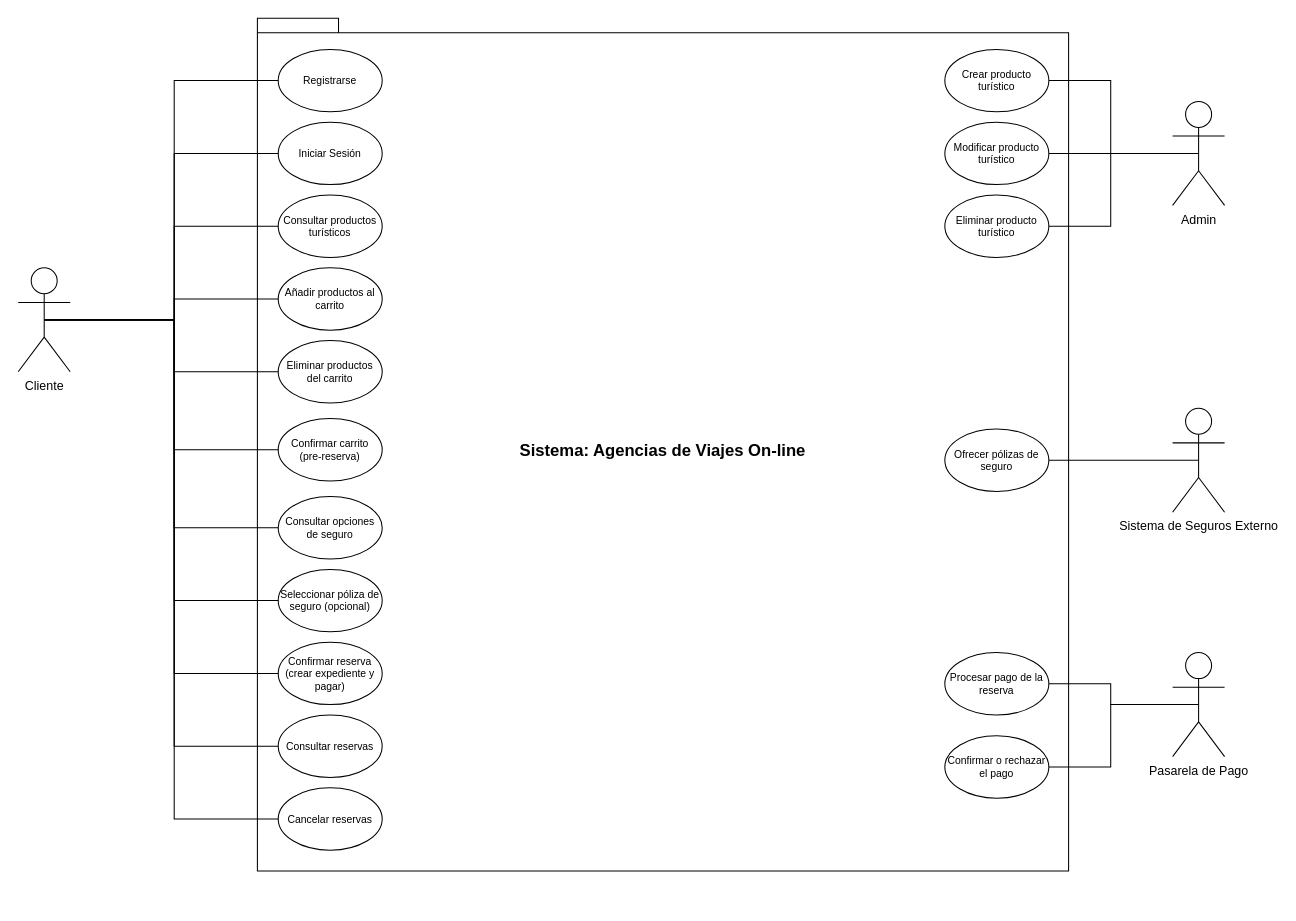
JavierIbarra25/Diseno-Orientado-a-Objetos keeps this draw.io diagram as Diagrama.CasoDeUso.drawio. Above is the earlier version. Source tidied: cells renumbered, new cells numbered last; positions are measured from the earlier drawing's top-left corner, leaving out a move shared by most shapes. Both pictures are drawn from the tidied source at 104%, with x=0, y=0 at pixel (18, 18).
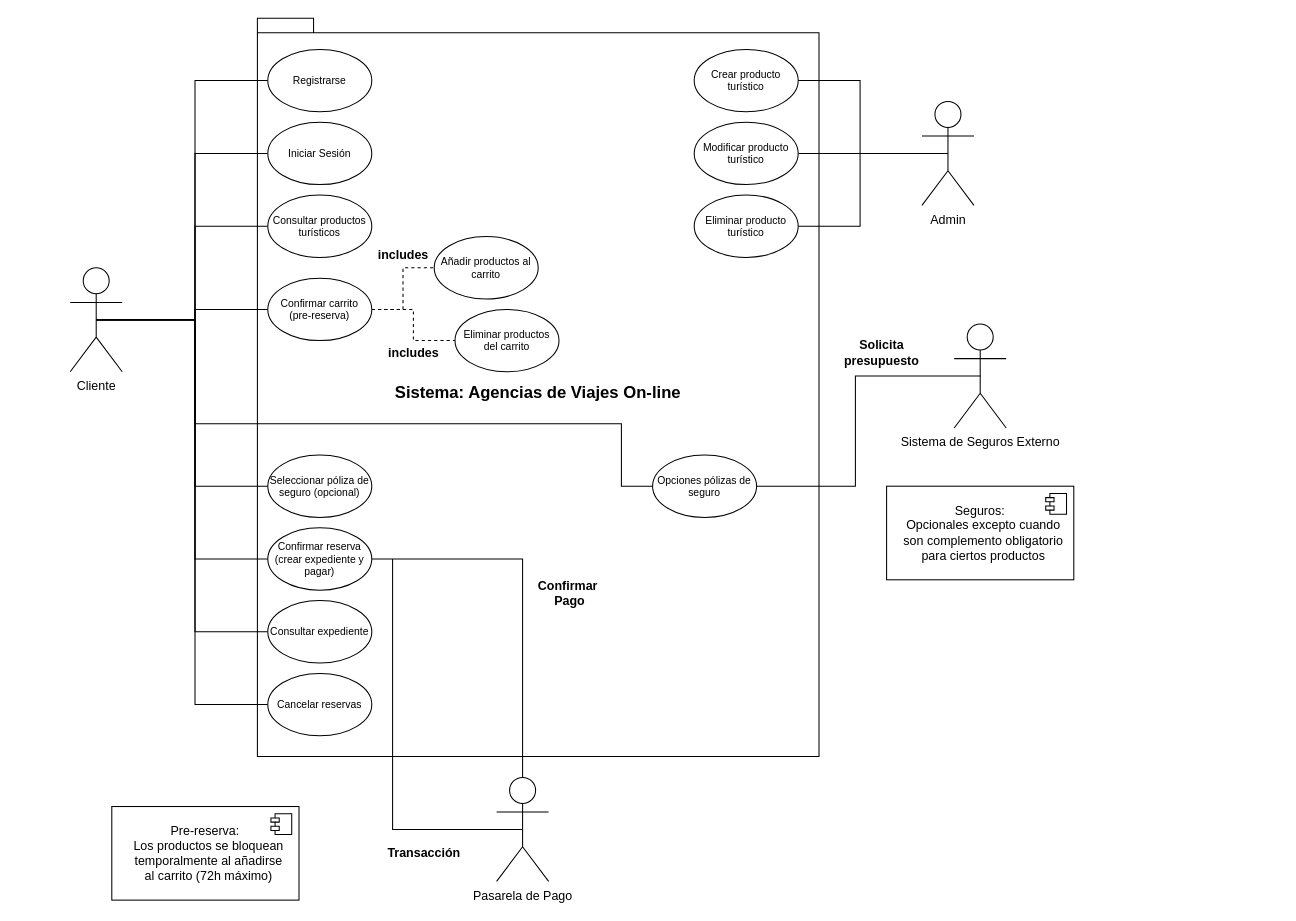
After the change.

Diff of the diagram source:
```diff
@@
     <mxCell id="2" value="&lt;font style=&quot;font-size: 16px;&quot;&gt;Sistema: Agencias de Viajes On-line&lt;/font&gt;" style="shape=folder;fontStyle=1;spacingTop=10;tabWidth=40;tabHeight=14;tabPosition=left;html=1;whiteSpace=wrap;" parent="1" vertex="1">
-      <mxGeometry x="230" width="780" height="820" as="geometry" />
+      <mxGeometry x="230" width="540" height="710" as="geometry" />
     </mxCell>
     <mxCell id="3" value="Cliente" style="shape=umlActor;verticalLabelPosition=bottom;verticalAlign=top;html=1;" parent="1" vertex="1">
-      <mxGeometry y="240" width="50" height="100" as="geometry" />
+      <mxGeometry x="50" y="240" width="50" height="100" as="geometry" />
     </mxCell>
@@
-    <mxCell id="5" style="group;" parent="1" vertex="1">
-      <mxGeometry x="250" y="30" width="100" height="770" as="geometry" />
-    </mxCell>
-    <mxCell id="6" value="Registrarse" style="ellipse;whiteSpace=wrap;html=1;fontSize=10;" parent="5" vertex="1">
-      <mxGeometry width="100" height="60" as="geometry" />
-    </mxCell>
-    <mxCell id="7" value="Confirmar reserva (crear expediente y pagar)" style="ellipse;whiteSpace=wrap;html=1;fontSize=10;" parent="5" vertex="1">
-      <mxGeometry y="570" width="100" height="60" as="geometry" />
-    </mxCell>
-    <mxCell id="8" value="Seleccionar póliza de seguro (opcional)" style="ellipse;whiteSpace=wrap;html=1;fontSize=10;" parent="5" vertex="1">
-      <mxGeometry y="500" width="100" height="60" as="geometry" />
-    </mxCell>
-    <mxCell id="9" value="Consultar opciones de seguro" style="ellipse;whiteSpace=wrap;html=1;fontSize=10;" parent="5" vertex="1">
-      <mxGeometry y="430" width="100" height="60" as="geometry" />
-    </mxCell>
-    <mxCell id="10" value="Confirmar carrito (pre-reserva)" style="ellipse;whiteSpace=wrap;html=1;fontSize=10;" parent="5" vertex="1">
-      <mxGeometry y="355" width="100" height="60" as="geometry" />
-    </mxCell>
-    <mxCell id="11" value="Eliminar productos del carrito" style="ellipse;whiteSpace=wrap;html=1;fontSize=10;" parent="5" vertex="1">
-      <mxGeometry y="280" width="100" height="60" as="geometry" />
-    </mxCell>
-    <mxCell id="12" value="Añadir productos al carrito" style="ellipse;whiteSpace=wrap;html=1;fontSize=10;" parent="5" vertex="1">
-      <mxGeometry y="210" width="100" height="60" as="geometry" />
-    </mxCell>
-    <mxCell id="13" value="Consultar productos turísticos" style="ellipse;whiteSpace=wrap;html=1;fontSize=10;" parent="5" vertex="1">
-      <mxGeometry y="140" width="100" height="60" as="geometry" />
-    </mxCell>
-    <mxCell id="14" value="Iniciar Sesión" style="ellipse;whiteSpace=wrap;html=1;fontSize=10;" parent="5" vertex="1">
-      <mxGeometry y="70" width="100" height="60" as="geometry" />
-    </mxCell>
-    <mxCell id="15" value="Consultar reservas" style="ellipse;whiteSpace=wrap;html=1;fontSize=10;" parent="5" vertex="1">
-      <mxGeometry y="640" width="100" height="60" as="geometry" />
-    </mxCell>
-    <mxCell id="16" value="Cancelar reservas" style="ellipse;whiteSpace=wrap;html=1;fontSize=10;" parent="5" vertex="1">
-      <mxGeometry y="710" width="100" height="60" as="geometry" />
-    </mxCell>
@@
-    <mxCell id="21" style="endArrow=none;html=1;edgeStyle=orthogonalEdgeStyle;rounded=0;exitX=0.5;exitY=0.5;exitDx=0;exitDy=0;exitPerimeter=0;entryX=0;entryY=0.5;entryDx=0;entryDy=0;" parent="1" edge="1" source="3" target="9">
-      <mxGeometry relative="1" as="geometry" />
-    </mxCell>
@@
-    <mxCell id="23" style="endArrow=none;html=1;edgeStyle=orthogonalEdgeStyle;rounded=0;exitX=0.5;exitY=0.5;exitDx=0;exitDy=0;exitPerimeter=0;entryX=0;entryY=0.5;entryDx=0;entryDy=0;" parent="1" edge="1" source="3" target="11">
+    <mxCell id="23" style="endArrow=none;html=1;edgeStyle=orthogonalEdgeStyle;rounded=0;exitX=1;exitY=0.5;exitDx=0;exitDy=0;entryX=0;entryY=0.5;entryDx=0;entryDy=0;dashed=1;" parent="1" edge="1" source="10" target="11">
       <mxGeometry relative="1" as="geometry" />
     </mxCell>
-    <mxCell id="24" style="endArrow=none;html=1;edgeStyle=orthogonalEdgeStyle;rounded=0;exitX=0.5;exitY=0.5;exitDx=0;exitDy=0;exitPerimeter=0;entryX=0;entryY=0.5;entryDx=0;entryDy=0;" parent="1" edge="1" source="3" target="12">
+    <mxCell id="24" style="endArrow=none;html=1;edgeStyle=orthogonalEdgeStyle;rounded=0;entryX=0;entryY=0.5;entryDx=0;entryDy=0;exitX=1;exitY=0.5;exitDx=0;exitDy=0;dashed=1;" parent="1" edge="1" source="10" target="12">
       <mxGeometry relative="1" as="geometry" />
     </mxCell>
@@
     <mxCell id="27" value="Admin" style="shape=umlActor;verticalLabelPosition=bottom;verticalAlign=top;html=1;" parent="1" vertex="1">
-      <mxGeometry x="1110" y="80" width="50" height="100" as="geometry" />
+      <mxGeometry x="869" y="80" width="50" height="100" as="geometry" />
     </mxCell>
@@
     <mxCell id="31" style="group;" parent="1" vertex="1">
-      <mxGeometry x="891" y="30" width="100" height="200" as="geometry" />
+      <mxGeometry x="650" y="30" width="100" height="200" as="geometry" />
     </mxCell>
@@
-    <mxCell id="35" style="edgeStyle=orthogonalEdgeStyle;rounded=0;jettySize=auto;html=1;exitX=0.5;exitY=0.5;exitDx=0;exitDy=0;exitPerimeter=0;entryX=1;entryY=0.5;entryDx=0;entryDy=0;endArrow=none;startFill=0;" parent="1" edge="1" source="36" target="40">
-      <mxGeometry relative="1" as="geometry" />
-    </mxCell>
     <mxCell id="36" value="Pasarela de Pago" style="shape=umlActor;verticalLabelPosition=bottom;verticalAlign=top;html=1;" parent="1" vertex="1">
-      <mxGeometry x="1110" y="610" width="50" height="100" as="geometry" />
+      <mxGeometry x="460" y="730" width="50" height="100" as="geometry" />
     </mxCell>
@@
     <mxCell id="38" value="Sistema de Seguros Externo" style="shape=umlActor;verticalLabelPosition=bottom;verticalAlign=top;html=1;" parent="1" vertex="1">
-      <mxGeometry x="1110" y="375" width="50" height="100" as="geometry" />
+      <mxGeometry x="900" y="294" width="50" height="100" as="geometry" />
     </mxCell>
-    <mxCell id="39" value="Ofrecer pólizas de seguro" style="ellipse;whiteSpace=wrap;html=1;fontSize=10;" parent="1" vertex="1">
-      <mxGeometry x="891" y="395" width="100" height="60" as="geometry" />
+    <mxCell id="39" value="Opciones pólizas de seguro" style="ellipse;whiteSpace=wrap;html=1;fontSize=10;" parent="1" vertex="1">
+      <mxGeometry x="610" y="420" width="100" height="60" as="geometry" />
     </mxCell>
-    <mxCell id="40" value="Confirmar o rechazar el pago" style="ellipse;whiteSpace=wrap;html=1;fontSize=10;" parent="1" vertex="1">
-      <mxGeometry x="891" y="690" width="100" height="60" as="geometry" />
-    </mxCell>
-    <mxCell id="41" value="Procesar pago de la reserva" style="ellipse;whiteSpace=wrap;html=1;fontSize=10;" parent="1" vertex="1">
-      <mxGeometry x="891" y="610" width="100" height="60" as="geometry" />
-    </mxCell>
-    <mxCell id="42" style="edgeStyle=orthogonalEdgeStyle;rounded=0;jettySize=auto;html=1;exitX=0.5;exitY=0.5;exitDx=0;exitDy=0;exitPerimeter=0;entryX=1;entryY=0.5;entryDx=0;entryDy=0;endArrow=none;startFill=0;" parent="1" edge="1" source="36" target="41">
-      <mxGeometry relative="1" as="geometry" />
-    </mxCell>
+    <mxCell id="43" style="endArrow=none;endFill=1;endSize=12;html=1;rounded=0;exitX=1;exitY=0.5;exitDx=0;exitDy=0;entryX=0.5;entryY=0;entryDx=0;entryDy=0;entryPerimeter=0;startFill=0;" parent="1" edge="1" source="7" target="36">
+      <mxGeometry relative="1" as="geometry">
+        <Array as="points">
+          <mxPoint x="485" y="520" />
+        </Array>
+      </mxGeometry>
+    </mxCell>
+    <mxCell id="44" style="endArrow=none;endFill=1;endSize=12;html=1;rounded=0;startFill=0;exitX=0.5;exitY=0.5;exitDx=0;exitDy=0;exitPerimeter=0;" parent="1" edge="1" source="36">
+      <mxGeometry relative="1" as="geometry">
+        <mxPoint x="360" y="520" as="targetPoint" />
+        <Array as="points">
+          <mxPoint x="360" y="780" />
+        </Array>
+      </mxGeometry>
+    </mxCell>
+    <mxCell id="45" value="Transacción" style="text;align=center;fontStyle=1;verticalAlign=middle;spacingLeft=3;spacingRight=3;strokeColor=none;html=1;" parent="1" vertex="1">
+      <mxGeometry x="350" y="790" width="80" height="26" as="geometry" />
+    </mxCell>
+    <mxCell id="46" value="Confirmar&amp;nbsp;&lt;div&gt;Pago&lt;/div&gt;" style="text;align=center;fontStyle=1;verticalAlign=middle;spacingLeft=3;spacingRight=3;strokeColor=none;html=1;" parent="1" vertex="1">
+      <mxGeometry x="490" y="540" width="80" height="26" as="geometry" />
+    </mxCell>
+    <mxCell id="6" value="Registrarse" style="ellipse;whiteSpace=wrap;html=1;fontSize=10;" parent="1" vertex="1">
+      <mxGeometry x="240" y="30" width="100" height="60" as="geometry" />
+    </mxCell>
+    <mxCell id="7" value="Confirmar reserva (crear expediente y pagar)" style="ellipse;whiteSpace=wrap;html=1;fontSize=10;" parent="1" vertex="1">
+      <mxGeometry x="240" y="490" width="100" height="60" as="geometry" />
+    </mxCell>
+    <mxCell id="8" value="Seleccionar póliza de seguro (opcional)" style="ellipse;whiteSpace=wrap;html=1;fontSize=10;" parent="1" vertex="1">
+      <mxGeometry x="240" y="420" width="100" height="60" as="geometry" />
+    </mxCell>
+    <mxCell id="10" value="Confirmar carrito (pre-reserva)" style="ellipse;whiteSpace=wrap;html=1;fontSize=10;" parent="1" vertex="1">
+      <mxGeometry x="240" y="250" width="100" height="60" as="geometry" />
+    </mxCell>
+    <mxCell id="11" value="Eliminar productos del carrito" style="ellipse;whiteSpace=wrap;html=1;fontSize=10;" parent="1" vertex="1">
+      <mxGeometry x="420" y="280" width="100" height="60" as="geometry" />
+    </mxCell>
+    <mxCell id="12" value="Añadir productos al carrito" style="ellipse;whiteSpace=wrap;html=1;fontSize=10;" parent="1" vertex="1">
+      <mxGeometry x="400" y="210" width="100" height="60" as="geometry" />
+    </mxCell>
+    <mxCell id="13" value="Consultar productos turísticos" style="ellipse;whiteSpace=wrap;html=1;fontSize=10;" parent="1" vertex="1">
+      <mxGeometry x="240" y="170" width="100" height="60" as="geometry" />
+    </mxCell>
+    <mxCell id="14" value="Iniciar Sesión" style="ellipse;whiteSpace=wrap;html=1;fontSize=10;" parent="1" vertex="1">
+      <mxGeometry x="240" y="100" width="100" height="60" as="geometry" />
+    </mxCell>
+    <mxCell id="15" value="Consultar expediente" style="ellipse;whiteSpace=wrap;html=1;fontSize=10;" parent="1" vertex="1">
+      <mxGeometry x="240" y="560" width="100" height="60" as="geometry" />
+    </mxCell>
+    <mxCell id="16" value="Cancelar reservas" style="ellipse;whiteSpace=wrap;html=1;fontSize=10;" parent="1" vertex="1">
+      <mxGeometry x="240" y="630" width="100" height="60" as="geometry" />
+    </mxCell>
+    <mxCell id="47" value="includes" style="text;align=center;fontStyle=1;verticalAlign=middle;spacingLeft=3;spacingRight=3;strokeColor=none;html=1;" parent="1" vertex="1">
+      <mxGeometry x="340" y="314" width="80" height="15" as="geometry" />
+    </mxCell>
+    <mxCell id="48" value="includes" style="text;align=center;fontStyle=1;verticalAlign=middle;spacingLeft=3;spacingRight=3;strokeColor=none;html=1;" parent="1" vertex="1">
+      <mxGeometry x="330" y="220" width="80" height="15" as="geometry" />
+    </mxCell>
+    <mxCell id="49" style="edgeStyle=orthogonalEdgeStyle;rounded=0;jettySize=auto;html=1;exitX=0.5;exitY=0.5;exitDx=0;exitDy=0;exitPerimeter=0;entryX=0;entryY=0.5;entryDx=0;entryDy=0;endArrow=none;startFill=0;" parent="1" edge="1" source="3" target="39">
+      <mxGeometry relative="1" as="geometry">
+        <Array as="points">
+          <mxPoint x="170" y="290" />
+          <mxPoint x="170" y="390" />
+          <mxPoint x="580" y="390" />
+          <mxPoint x="580" y="450" />
+        </Array>
+      </mxGeometry>
+    </mxCell>
+    <mxCell id="50" value="Solicita&lt;div&gt;presupuesto&lt;/div&gt;" style="text;align=center;fontStyle=1;verticalAlign=middle;spacingLeft=3;spacingRight=3;strokeColor=none;html=1;" parent="1" vertex="1">
+      <mxGeometry x="790" y="308.5" width="80" height="26" as="geometry" />
+    </mxCell>
+    <mxCell id="51" value="&lt;div&gt;Seguros:&lt;/div&gt;&lt;div&gt;&amp;nbsp; Opcionales excepto cuando&lt;/div&gt;&lt;div&gt;&amp;nbsp; son complemento obligatorio&lt;/div&gt;&lt;div&gt;&amp;nbsp; para ciertos productos&lt;/div&gt;" style="html=1;whiteSpace=wrap;" parent="1" vertex="1">
+      <mxGeometry x="835" y="450" width="180" height="90" as="geometry" />
+    </mxCell>
+    <mxCell id="52" style="shape=module;jettyWidth=8;jettyHeight=4;" parent="51" vertex="1">
+      <mxGeometry x="1" width="20" height="20" relative="1" as="geometry">
+        <mxPoint x="-27" y="7" as="offset" />
+      </mxGeometry>
+    </mxCell>
+    <mxCell id="53" value="&lt;div&gt;Pre-reserva:&lt;/div&gt;&lt;div&gt;&amp;nbsp; Los productos se bloquean&lt;/div&gt;&lt;div&gt;&amp;nbsp; temporalmente al añadirse&lt;/div&gt;&lt;div&gt;&amp;nbsp; al carrito (72h máximo)&lt;/div&gt;" style="html=1;whiteSpace=wrap;" parent="1" vertex="1">
+      <mxGeometry x="90" y="758" width="180" height="90" as="geometry" />
+    </mxCell>
+    <mxCell id="54" style="shape=module;jettyWidth=8;jettyHeight=4;" parent="53" vertex="1">
+      <mxGeometry x="1" width="20" height="20" relative="1" as="geometry">
+        <mxPoint x="-27" y="7" as="offset" />
+      </mxGeometry>
+    </mxCell>
```
